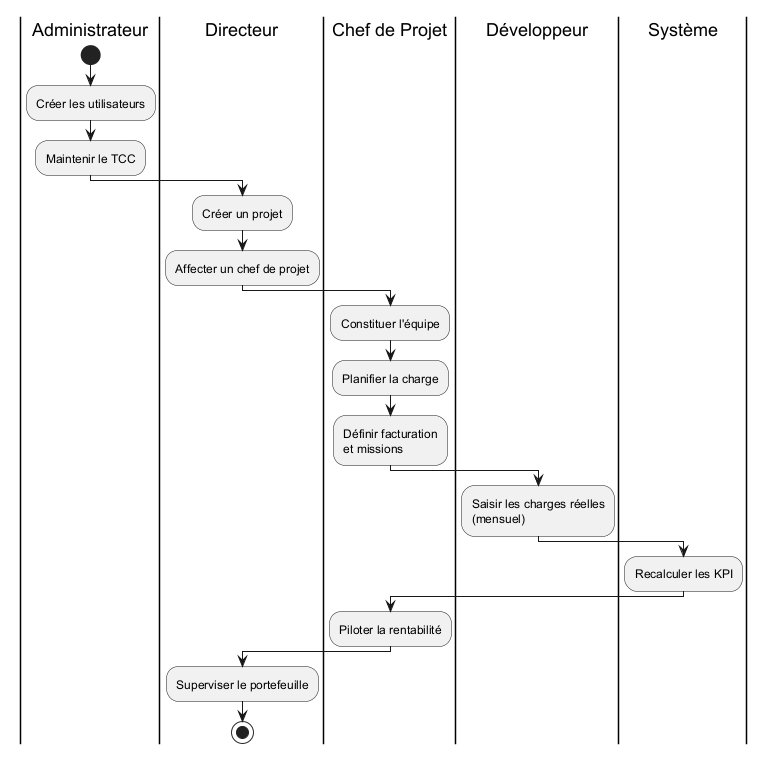
Above: docs/uml/act_project_lifecycle.png in mazenrakrouki/tekup-pms-platform (PlantUML), before the change. The source it was exported from:
```plantuml
@startuml act_project_lifecycle
skinparam shadowing false

|Administrateur|
start
:Créer les utilisateurs;
:Maintenir le TCC;

|Directeur|
:Créer un projet;
:Affecter un chef de projet;

|Chef de Projet|
:Constituer l'équipe;
:Planifier la charge;
:Définir facturation\net missions;

|Développeur|
:Saisir les charges réelles\n(mensuel);

|Système|
:Recalculer les KPI;

|Chef de Projet|
:Piloter la rentabilité;

|Directeur|
:Superviser le portefeuille;

stop
@enduml
```
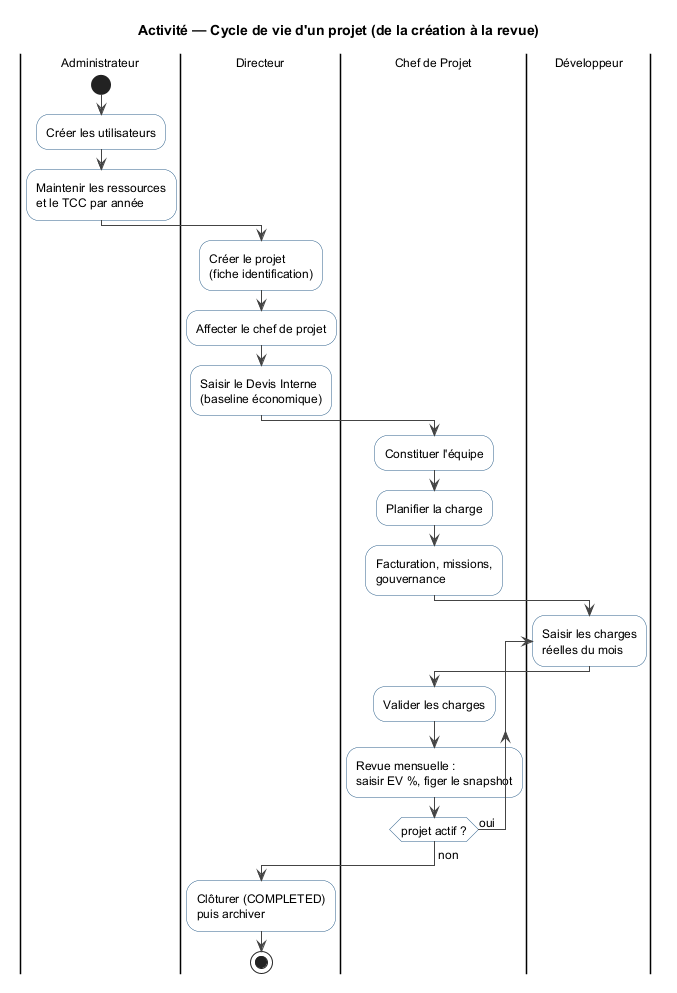
The same diagram one commit later.

Diff of the diagram source:
```diff
@@ -1,31 +1,41 @@
 @startuml act_project_lifecycle
+title Activité — Cycle de vie d'un projet (de la création à la revue)
+
 skinparam shadowing false
+skinparam defaultFontName Helvetica
+skinparam defaultFontSize 12
+skinparam activityBackgroundColor #FFFFFF
+skinparam activityBorderColor #2C5F8A
+skinparam ArrowColor #444444
+skinparam noteBorderColor #999999
+skinparam noteBackgroundColor #FFFDE7
 
 |Administrateur|
 start
 :Créer les utilisateurs;
-:Maintenir le TCC;
+:Maintenir les ressources\net le TCC par année;
 
 |Directeur|
-:Créer un projet;
-:Affecter un chef de projet;
+:Créer le projet\n(fiche identification);
+:Affecter le chef de projet;
+:Saisir le Devis Interne\n(baseline économique);
 
 |Chef de Projet|
 :Constituer l'équipe;
 :Planifier la charge;
-:Définir facturation\net missions;
+:Facturation, missions,\ngouvernance;
 
 |Développeur|
-:Saisir les charges réelles\n(mensuel);
-
-|Système|
-:Recalculer les KPI;
+repeat :Saisir les charges\nréelles du mois;
 
 |Chef de Projet|
-:Piloter la rentabilité;
+:Valider les charges;
+:Revue mensuelle :\nsaisir EV %, figer le snapshot;
+repeat while (projet actif ?) is (oui)
+-> non;
 
 |Directeur|
-:Superviser le portefeuille;
+:Clôturer (COMPLETED)\npuis archiver;
+stop
 
-stop
 @enduml
```
